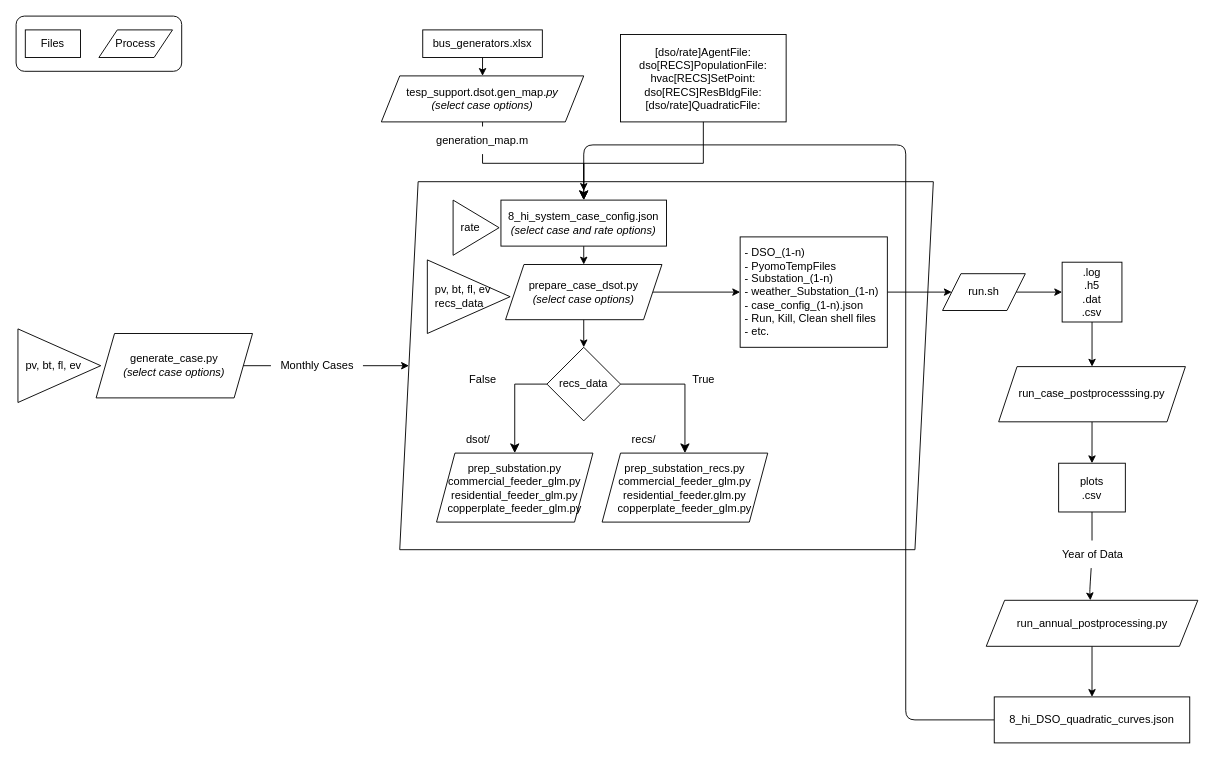
pnnl/tesp keeps this draw.io diagram as doc/examples/dsot/DSOT_run_flow.drawio. Above is the earlier version. Source tidied: cells renumbered, new cells numbered last; positions are measured from the earlier drawing's top-left corner, leaving out a move shared by most shapes. Both pictures are drawn from the tidied source at 92%, with x=0, y=0 at pixel (16, 16).
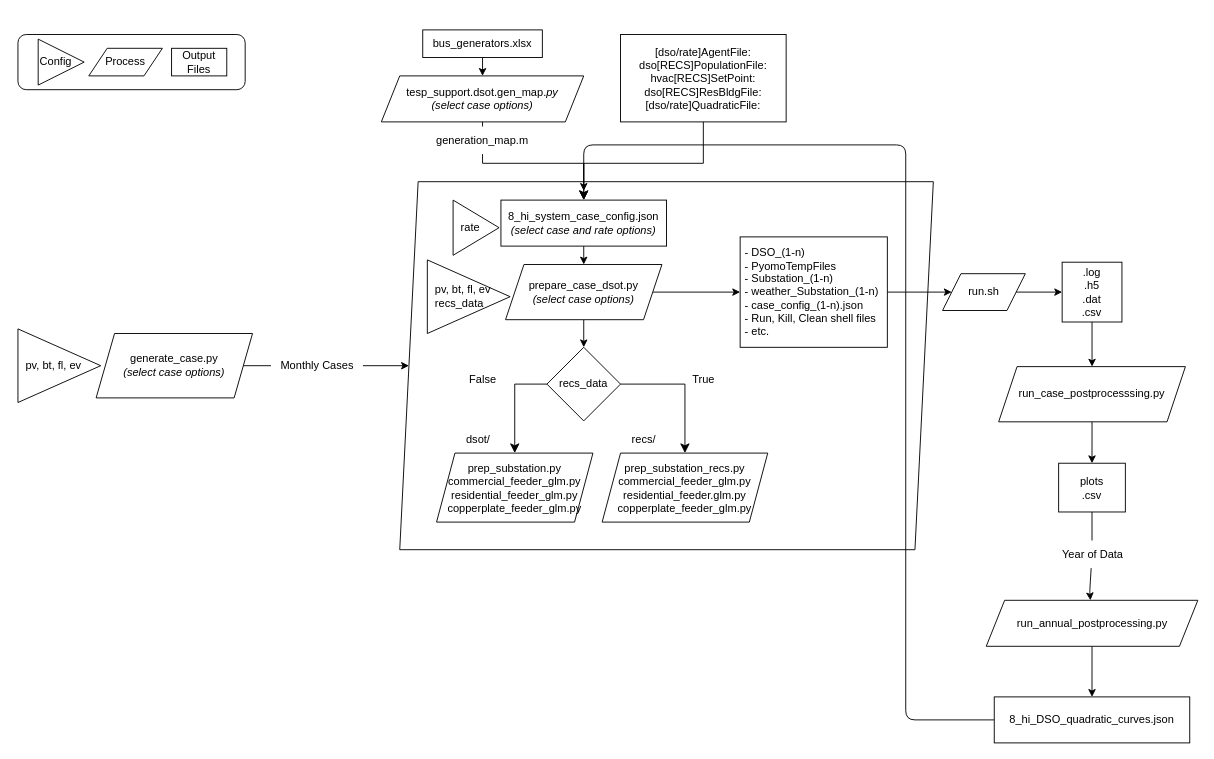
The same page after the edit.

Diff of the diagram source:
```diff
@@
     <mxCell id="2" style="rounded=1;whiteSpace=wrap;html=1;" parent="1" vertex="1">
-      <mxGeometry width="180" height="60" as="geometry" />
+      <mxGeometry x="2" y="20" width="247" height="60" as="geometry" />
     </mxCell>
@@
-    <mxCell id="4" value="Files" style="rounded=0;whiteSpace=wrap;html=1;" parent="1" vertex="1">
-      <mxGeometry x="10" y="15" width="60" height="30" as="geometry" />
+    <mxCell id="4" value="Output Files" style="rounded=0;whiteSpace=wrap;html=1;" parent="1" vertex="1">
+      <mxGeometry x="169" y="35" width="60" height="30" as="geometry" />
     </mxCell>
     <mxCell id="5" value="Process" style="shape=parallelogram;perimeter=parallelogramPerimeter;whiteSpace=wrap;html=1;fixedSize=1;" parent="1" vertex="1">
-      <mxGeometry x="90" y="15" width="80" height="30" as="geometry" />
+      <mxGeometry x="79" y="35" width="80" height="30" as="geometry" />
     </mxCell>
@@
+    <mxCell id="51" value="Config" style="triangle;whiteSpace=wrap;html=1;align=left;" parent="1" vertex="1">
+      <mxGeometry x="24" y="25" width="50" height="50" as="geometry" />
+    </mxCell>
```
